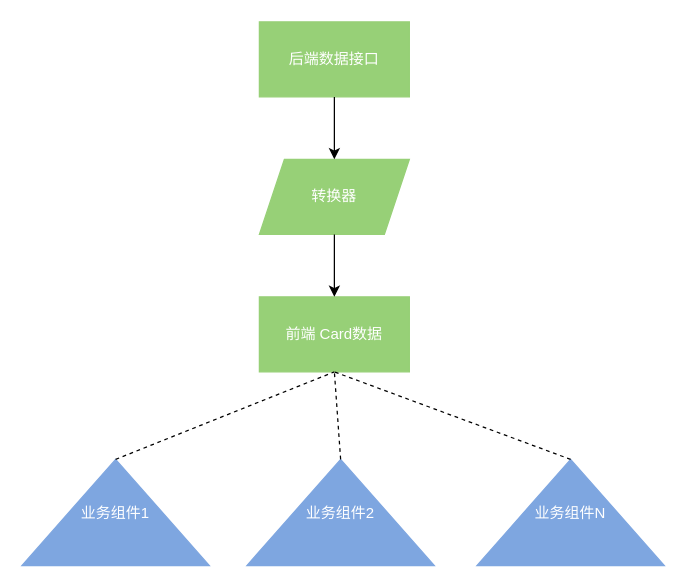
fedorjia/draw-io-files keeps this draw.io diagram as zhishi-data-converter.drawio. Above is the earlier version. Source tidied: cells renumbered, new cells numbered last; positions are measured from the earlier drawing's top-left corner, leaving out a move shared by most shapes. Both pictures are drawn from the tidied source at 125%, with x=0, y=0 at pixel (21, 21).
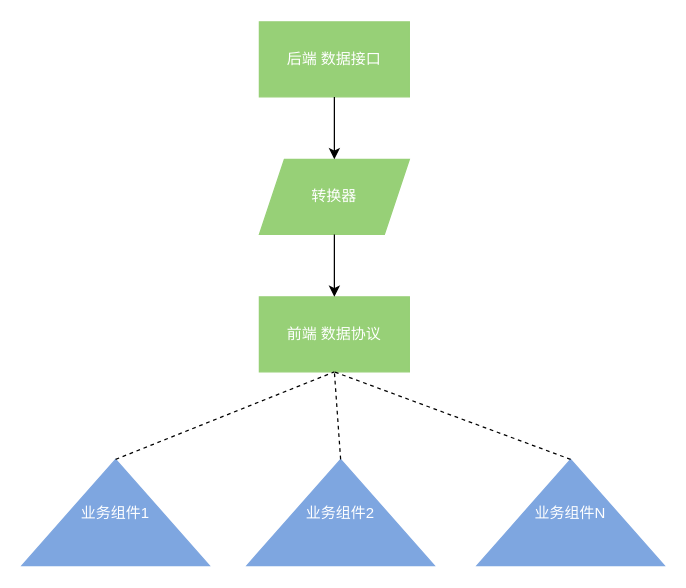
Above is the later version.

Diff of the diagram source:
```diff
@@
 <mxGraphModel>
   <root>
     <mxCell id="0" />
     <mxCell id="1" parent="0" />
-    <mxCell id="2" value="&lt;font color=&quot;#ffffff&quot;&gt;后端数据接口&lt;/font&gt;" style="rounded=0;whiteSpace=wrap;html=1;fillColor=#97D077;strokeColor=#97D077;" parent="1" vertex="1">
+    <mxCell id="2" value="&lt;font color=&quot;#ffffff&quot;&gt;后端 数据接口&lt;/font&gt;" style="rounded=0;whiteSpace=wrap;html=1;fillColor=#97D077;strokeColor=#97D077;" parent="1" vertex="1">
       <mxGeometry x="190" width="120" height="60" as="geometry" />
     </mxCell>
     <mxCell id="3" value="&lt;font color=&quot;#ffffff&quot;&gt;转换器&lt;/font&gt;" style="shape=parallelogram;perimeter=parallelogramPerimeter;whiteSpace=wrap;html=1;fixedSize=1;strokeColor=#97D077;fillColor=#97D077;" parent="1" vertex="1">
       <mxGeometry x="190" y="110" width="120" height="60" as="geometry" />
     </mxCell>
-    <mxCell id="4" value="&lt;font color=&quot;#ffffff&quot;&gt;前端 Card数据&lt;/font&gt;" style="rounded=0;whiteSpace=wrap;html=1;strokeColor=#97D077;fillColor=#97D077;" parent="1" vertex="1">
+    <mxCell id="4" value="&lt;font color=&quot;#ffffff&quot;&gt;前端 数据协议&lt;/font&gt;" style="rounded=0;whiteSpace=wrap;html=1;strokeColor=#97D077;fillColor=#97D077;" parent="1" vertex="1">
       <mxGeometry x="190" y="220" width="120" height="60" as="geometry" />
     </mxCell>
     <mxCell id="5" value="&lt;font color=&quot;#ffffff&quot;&gt;业务组件1&lt;/font&gt;" style="triangle;whiteSpace=wrap;html=1;direction=north;fillColor=#7EA6E0;strokeColor=#7EA6E0;" parent="1" vertex="1">
       <mxGeometry y="350" width="150" height="85" as="geometry" />
     </mxCell>
     <mxCell id="6" value="&lt;font color=&quot;#ffffff&quot;&gt;业务组件2&lt;/font&gt;" style="triangle;whiteSpace=wrap;html=1;direction=north;fillColor=#7EA6E0;strokeColor=#7EA6E0;" parent="1" vertex="1">
       <mxGeometry x="180" y="350" width="150" height="85" as="geometry" />
     </mxCell>
     <mxCell id="7" value="&lt;font color=&quot;#ffffff&quot;&gt;业务组件N&lt;/font&gt;" style="triangle;whiteSpace=wrap;html=1;direction=north;fillColor=#7EA6E0;strokeColor=#7EA6E0;" parent="1" vertex="1">
       <mxGeometry x="364" y="350" width="150" height="85" as="geometry" />
     </mxCell>
     <mxCell id="8" style="endArrow=classic;html=1;entryX=0.5;entryY=0;entryDx=0;entryDy=0;exitX=0.5;exitY=1;exitDx=0;exitDy=0;" parent="1" edge="1" source="2" target="3">
       <mxGeometry relative="1" as="geometry" />
     </mxCell>
     <mxCell id="9" style="endArrow=classic;html=1;entryX=0.5;entryY=0;entryDx=0;entryDy=0;exitX=0.5;exitY=1;exitDx=0;exitDy=0;" parent="1" edge="1" source="3" target="4">
       <mxGeometry relative="1" as="geometry" />
     </mxCell>
     <mxCell id="10" style="endArrow=none;dashed=1;html=1;exitX=1;exitY=0.5;exitDx=0;exitDy=0;entryX=0.5;entryY=1;entryDx=0;entryDy=0;" parent="1" edge="1" source="5" target="4">
       <mxGeometry relative="1" as="geometry" />
     </mxCell>
     <mxCell id="11" style="endArrow=none;dashed=1;html=1;exitX=1;exitY=0.5;exitDx=0;exitDy=0;entryX=0.5;entryY=1;entryDx=0;entryDy=0;" parent="1" edge="1" source="6" target="4">
       <mxGeometry relative="1" as="geometry" />
     </mxCell>
     <mxCell id="12" style="endArrow=none;dashed=1;html=1;exitX=1;exitY=0.5;exitDx=0;exitDy=0;entryX=0.5;entryY=1;entryDx=0;entryDy=0;" parent="1" edge="1" source="7" target="4">
       <mxGeometry relative="1" as="geometry" />
     </mxCell>
   </root>
 </mxGraphModel>
```
